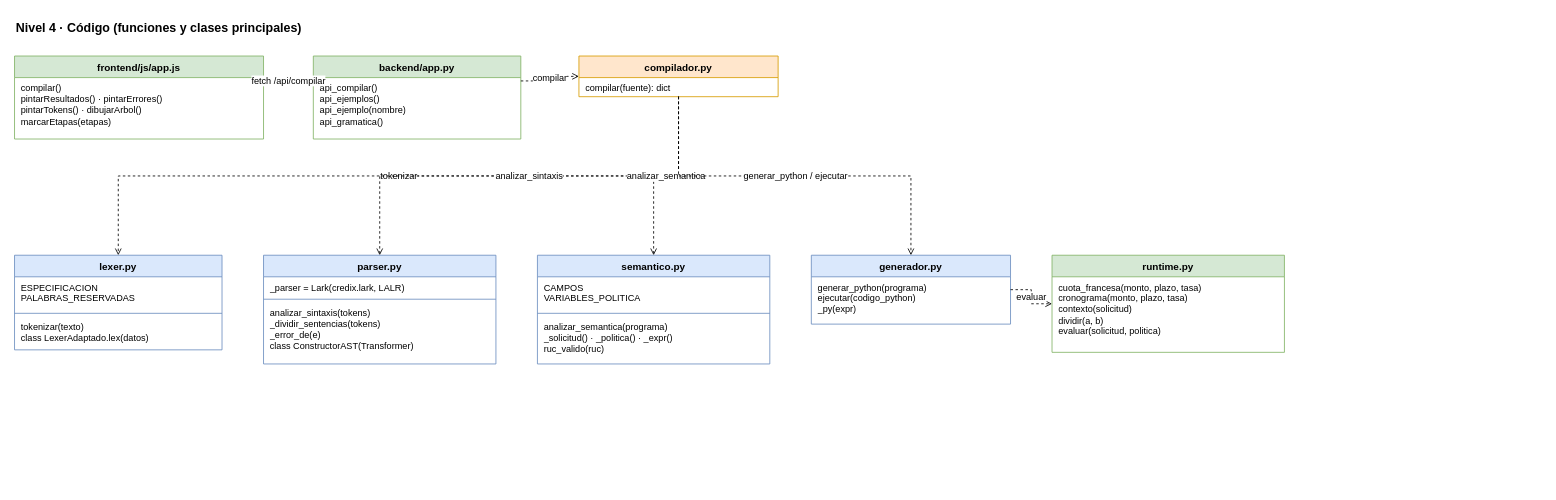
Above: docs/diagramas/arquitectura_n4_codigo.drawio in straytg/S14_ACT_COMPILADORES (draw.io), before the change. Source tidied: cells renumbered, new cells numbered last; positions are measured from the earlier drawing's top-left corner, leaving out a move shared by most shapes. Both pictures are drawn from the tidied source at 83%, with x=0, y=0 at pixel (14, 14).
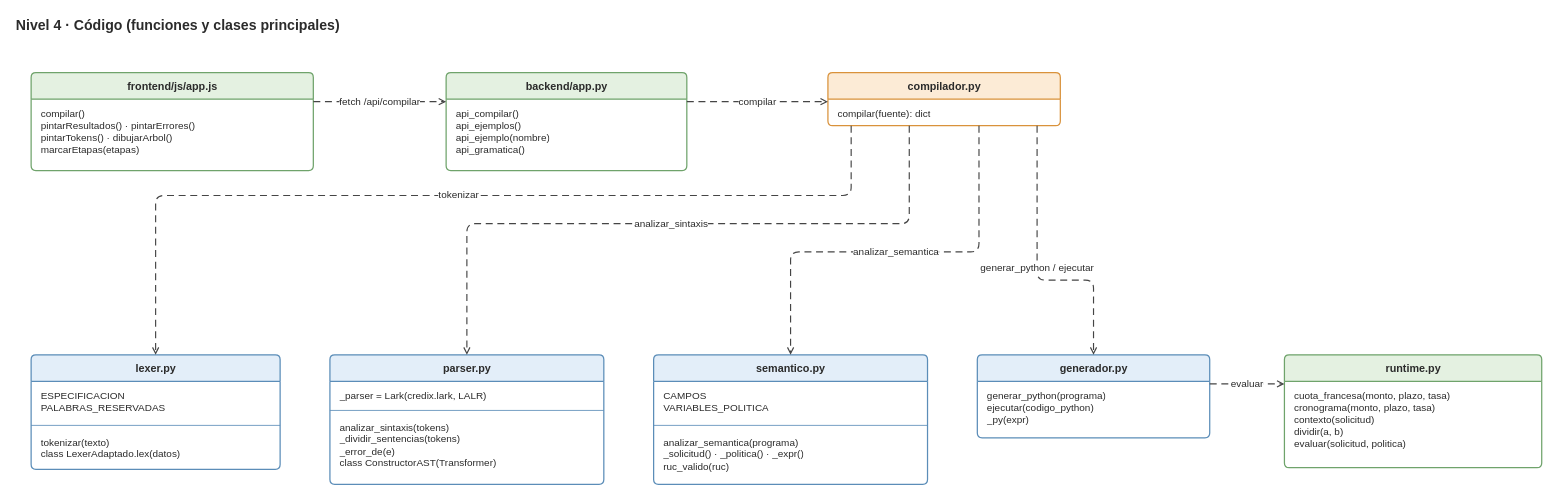
After the change.

The edit, as a diff of the source:
```diff
@@
-    <mxCell id="2" value="Nivel 4 · Código (funciones y clases principales)" style="whiteSpace=wrap;html=1;fontFamily=Helvetica;fontSize=12;text;strokeColor=none;fillColor=none;align=left;verticalAlign=top;fontStyle=1;fontSize=15;" parent="1" vertex="1">
-      <mxGeometry width="800" height="26" as="geometry" />
+    <mxCell id="2" value="Nivel 4 · Código (funciones y clases principales)" style="text;html=1;strokeColor=none;fillColor=none;align=left;verticalAlign=middle;whiteSpace=wrap;fontFamily=Helvetica;fontColor=#2b2b2b;fontStyle=1;fontSize=17;" parent="1" vertex="1">
+      <mxGeometry width="1000" height="28" as="geometry" />
     </mxCell>
-    <mxCell id="3" value="compilador.py" style="whiteSpace=wrap;html=1;fontFamily=Helvetica;fontSize=12;swimlane;fontStyle=1;align=center;verticalAlign=top;horizontal=1;startSize=26;fontSize=12;fillColor=#ffe6cc;strokeColor=#d79b00;" parent="1" vertex="1">
-      <mxGeometry x="680" y="50" width="240" height="49" as="geometry" />
+    <mxCell id="3" value="frontend/js/app.js" style="swimlane;fontStyle=1;align=center;verticalAlign=middle;horizontal=1;startSize=32;fontSize=13;rounded=1;arcSize=6;strokeWidth=1.5;html=1;fontFamily=Helvetica;fontColor=#2b2b2b;fillColor=#E4F1E1;strokeColor=#6FA36B;" parent="1" vertex="1">
+      <mxGeometry x="20" y="70" width="340" height="118" as="geometry" />
     </mxCell>
-    <mxCell id="4" value="compilar(fuente): dict" style="whiteSpace=wrap;html=1;fontFamily=Helvetica;fontSize=12;text;strokeColor=none;fillColor=none;align=left;verticalAlign=top;spacingLeft=6;spacingRight=4;overflow=hidden;fontSize=11;" parent="3" vertex="1">
-      <mxGeometry y="26" width="240" height="23" as="geometry" />
+    <mxCell id="4" value="compilar()&lt;br&gt;pintarResultados() · pintarErrores()&lt;br&gt;pintarTokens() · dibujarArbol()&lt;br&gt;marcarEtapas(etapas)" style="text;strokeColor=none;fillColor=none;align=left;verticalAlign=top;spacingLeft=10;spacingRight=8;spacingTop=4;overflow=hidden;fontSize=12;html=1;fontFamily=Helvetica;whiteSpace=wrap;fontColor=#2b2b2b;" parent="3" vertex="1">
+      <mxGeometry y="32" width="340" height="86" as="geometry" />
     </mxCell>
-    <mxCell id="5" value="lexer.py" style="whiteSpace=wrap;html=1;fontFamily=Helvetica;fontSize=12;swimlane;fontStyle=1;align=center;verticalAlign=top;horizontal=1;startSize=26;fontSize=12;fillColor=#dae8fc;strokeColor=#6c8ebf;" parent="1" vertex="1">
-      <mxGeometry y="290" width="250" height="114" as="geometry" />
+    <mxCell id="5" value="backend/app.py" style="swimlane;fontStyle=1;align=center;verticalAlign=middle;horizontal=1;startSize=32;fontSize=13;rounded=1;arcSize=6;strokeWidth=1.5;html=1;fontFamily=Helvetica;fontColor=#2b2b2b;fillColor=#E4F1E1;strokeColor=#6FA36B;" parent="1" vertex="1">
+      <mxGeometry x="520" y="70" width="290" height="118" as="geometry" />
     </mxCell>
-    <mxCell id="6" value="ESPECIFICACION&lt;br&gt;PALABRAS_RESERVADAS" style="whiteSpace=wrap;html=1;fontFamily=Helvetica;fontSize=12;text;strokeColor=none;fillColor=none;align=left;verticalAlign=top;spacingLeft=6;spacingRight=4;overflow=hidden;fontSize=11;html=1;" parent="5" vertex="1">
-      <mxGeometry y="26" width="250" height="40" as="geometry" />
+    <mxCell id="6" value="api_compilar()&lt;br&gt;api_ejemplos()&lt;br&gt;api_ejemplo(nombre)&lt;br&gt;api_gramatica()" style="text;strokeColor=none;fillColor=none;align=left;verticalAlign=top;spacingLeft=10;spacingRight=8;spacingTop=4;overflow=hidden;fontSize=12;html=1;fontFamily=Helvetica;whiteSpace=wrap;fontColor=#2b2b2b;" parent="5" vertex="1">
+      <mxGeometry y="32" width="290" height="86" as="geometry" />
     </mxCell>
-    <mxCell id="7" style="whiteSpace=wrap;html=1;fontFamily=Helvetica;fontSize=12;line;strokeWidth=1;fillColor=none;align=left;verticalAlign=middle;spacingTop=-1;spacingLeft=3;spacingRight=3;strokeColor=inherit;" parent="5" vertex="1">
-      <mxGeometry y="66" width="250" height="8" as="geometry" />
+    <mxCell id="7" value="compilador.py" style="swimlane;fontStyle=1;align=center;verticalAlign=middle;horizontal=1;startSize=32;fontSize=13;rounded=1;arcSize=6;strokeWidth=1.5;html=1;fontFamily=Helvetica;fontColor=#2b2b2b;fillColor=#FCEBD6;strokeColor=#D9923B;" parent="1" vertex="1">
+      <mxGeometry x="980" y="70" width="280" height="64" as="geometry" />
     </mxCell>
-    <mxCell id="8" value="tokenizar(texto)&lt;br&gt;class LexerAdaptado.lex(datos)" style="whiteSpace=wrap;html=1;fontFamily=Helvetica;fontSize=12;text;strokeColor=none;fillColor=none;align=left;verticalAlign=top;spacingLeft=6;spacingRight=4;overflow=hidden;fontSize=11;" parent="5" vertex="1">
-      <mxGeometry y="74" width="250" height="40" as="geometry" />
+    <mxCell id="8" value="compilar(fuente): dict" style="text;strokeColor=none;fillColor=none;align=left;verticalAlign=top;spacingLeft=10;spacingRight=8;spacingTop=4;overflow=hidden;fontSize=12;html=1;fontFamily=Helvetica;whiteSpace=wrap;fontColor=#2b2b2b;" parent="7" vertex="1">
+      <mxGeometry y="32" width="280" height="32" as="geometry" />
     </mxCell>
-    <mxCell id="9" value="parser.py" style="whiteSpace=wrap;html=1;fontFamily=Helvetica;fontSize=12;swimlane;fontStyle=1;align=center;verticalAlign=top;horizontal=1;startSize=26;fontSize=12;fillColor=#dae8fc;strokeColor=#6c8ebf;" parent="1" vertex="1">
-      <mxGeometry x="300" y="290" width="280" height="131" as="geometry" />
+    <mxCell id="9" value="lexer.py" style="swimlane;fontStyle=1;align=center;verticalAlign=middle;horizontal=1;startSize=32;fontSize=13;rounded=1;arcSize=6;strokeWidth=1.5;html=1;fontFamily=Helvetica;fontColor=#2b2b2b;fillColor=#E3EEF9;strokeColor=#5B8DB8;" parent="1" vertex="1">
+      <mxGeometry x="20" y="410" width="300" height="138" as="geometry" />
     </mxCell>
-    <mxCell id="10" value="_parser = Lark(credix.lark, LALR)" style="whiteSpace=wrap;html=1;fontFamily=Helvetica;fontSize=12;text;strokeColor=none;fillColor=none;align=left;verticalAlign=top;spacingLeft=6;spacingRight=4;overflow=hidden;fontSize=11;html=1;" parent="9" vertex="1">
-      <mxGeometry y="26" width="280" height="23" as="geometry" />
+    <mxCell id="10" value="ESPECIFICACION&lt;br&gt;PALABRAS_RESERVADAS" style="text;strokeColor=none;fillColor=none;align=left;verticalAlign=top;spacingLeft=10;spacingRight=8;spacingTop=4;overflow=hidden;fontSize=12;html=1;fontFamily=Helvetica;whiteSpace=wrap;fontColor=#2b2b2b;" parent="9" vertex="1">
+      <mxGeometry y="32" width="300" height="50" as="geometry" />
     </mxCell>
-    <mxCell id="11" style="whiteSpace=wrap;html=1;fontFamily=Helvetica;fontSize=12;line;strokeWidth=1;fillColor=none;align=left;verticalAlign=middle;spacingTop=-1;spacingLeft=3;spacingRight=3;strokeColor=inherit;" parent="9" vertex="1">
-      <mxGeometry y="49" width="280" height="8" as="geometry" />
+    <mxCell id="11" style="line;strokeWidth=1;fillColor=none;align=left;verticalAlign=middle;strokeColor=inherit;" parent="9" vertex="1">
+      <mxGeometry y="82" width="300" height="6" as="geometry" />
     </mxCell>
-    <mxCell id="12" value="analizar_sintaxis(tokens)&lt;br&gt;_dividir_sentencias(tokens)&lt;br&gt;_error_de(e)&lt;br&gt;class ConstructorAST(Transformer)" style="whiteSpace=wrap;html=1;fontFamily=Helvetica;fontSize=12;text;strokeColor=none;fillColor=none;align=left;verticalAlign=top;spacingLeft=6;spacingRight=4;overflow=hidden;fontSize=11;" parent="9" vertex="1">
-      <mxGeometry y="57" width="280" height="74" as="geometry" />
+    <mxCell id="12" value="tokenizar(texto)&lt;br&gt;class LexerAdaptado.lex(datos)" style="text;strokeColor=none;fillColor=none;align=left;verticalAlign=top;spacingLeft=10;spacingRight=8;spacingTop=4;overflow=hidden;fontSize=12;html=1;fontFamily=Helvetica;whiteSpace=wrap;fontColor=#2b2b2b;" parent="9" vertex="1">
+      <mxGeometry y="88" width="300" height="50" as="geometry" />
     </mxCell>
-    <mxCell id="13" value="semantico.py" style="whiteSpace=wrap;html=1;fontFamily=Helvetica;fontSize=12;swimlane;fontStyle=1;align=center;verticalAlign=top;horizontal=1;startSize=26;fontSize=12;fillColor=#dae8fc;strokeColor=#6c8ebf;" parent="1" vertex="1">
-      <mxGeometry x="630" y="290" width="280" height="131" as="geometry" />
+    <mxCell id="13" value="parser.py" style="swimlane;fontStyle=1;align=center;verticalAlign=middle;horizontal=1;startSize=32;fontSize=13;rounded=1;arcSize=6;strokeWidth=1.5;html=1;fontFamily=Helvetica;fontColor=#2b2b2b;fillColor=#E3EEF9;strokeColor=#5B8DB8;" parent="1" vertex="1">
+      <mxGeometry x="380" y="410" width="330" height="156" as="geometry" />
     </mxCell>
-    <mxCell id="14" value="CAMPOS&lt;br&gt;VARIABLES_POLITICA" style="whiteSpace=wrap;html=1;fontFamily=Helvetica;fontSize=12;text;strokeColor=none;fillColor=none;align=left;verticalAlign=top;spacingLeft=6;spacingRight=4;overflow=hidden;fontSize=11;html=1;" parent="13" vertex="1">
-      <mxGeometry y="26" width="280" height="40" as="geometry" />
+    <mxCell id="14" value="_parser = Lark(credix.lark, LALR)" style="text;strokeColor=none;fillColor=none;align=left;verticalAlign=top;spacingLeft=10;spacingRight=8;spacingTop=4;overflow=hidden;fontSize=12;html=1;fontFamily=Helvetica;whiteSpace=wrap;fontColor=#2b2b2b;" parent="13" vertex="1">
+      <mxGeometry y="32" width="330" height="32" as="geometry" />
     </mxCell>
-    <mxCell id="15" style="whiteSpace=wrap;html=1;fontFamily=Helvetica;fontSize=12;line;strokeWidth=1;fillColor=none;align=left;verticalAlign=middle;spacingTop=-1;spacingLeft=3;spacingRight=3;strokeColor=inherit;" parent="13" vertex="1">
-      <mxGeometry y="66" width="280" height="8" as="geometry" />
+    <mxCell id="15" style="line;strokeWidth=1;fillColor=none;align=left;verticalAlign=middle;strokeColor=inherit;" parent="13" vertex="1">
+      <mxGeometry y="64" width="330" height="6" as="geometry" />
     </mxCell>
-    <mxCell id="16" value="analizar_semantica(programa)&lt;br&gt;_solicitud() · _politica() · _expr()&lt;br&gt;ruc_valido(ruc)" style="whiteSpace=wrap;html=1;fontFamily=Helvetica;fontSize=12;text;strokeColor=none;fillColor=none;align=left;verticalAlign=top;spacingLeft=6;spacingRight=4;overflow=hidden;fontSize=11;" parent="13" vertex="1">
-      <mxGeometry y="74" width="280" height="57" as="geometry" />
+    <mxCell id="16" value="analizar_sintaxis(tokens)&lt;br&gt;_dividir_sentencias(tokens)&lt;br&gt;_error_de(e)&lt;br&gt;class ConstructorAST(Transformer)" style="text;strokeColor=none;fillColor=none;align=left;verticalAlign=top;spacingLeft=10;spacingRight=8;spacingTop=4;overflow=hidden;fontSize=12;html=1;fontFamily=Helvetica;whiteSpace=wrap;fontColor=#2b2b2b;" parent="13" vertex="1">
+      <mxGeometry y="70" width="330" height="86" as="geometry" />
     </mxCell>
-    <mxCell id="17" value="generador.py" style="whiteSpace=wrap;html=1;fontFamily=Helvetica;fontSize=12;swimlane;fontStyle=1;align=center;verticalAlign=top;horizontal=1;startSize=26;fontSize=12;fillColor=#dae8fc;strokeColor=#6c8ebf;" parent="1" vertex="1">
-      <mxGeometry x="960" y="290" width="240" height="83" as="geometry" />
+    <mxCell id="17" value="semantico.py" style="swimlane;fontStyle=1;align=center;verticalAlign=middle;horizontal=1;startSize=32;fontSize=13;rounded=1;arcSize=6;strokeWidth=1.5;html=1;fontFamily=Helvetica;fontColor=#2b2b2b;fillColor=#E3EEF9;strokeColor=#5B8DB8;" parent="1" vertex="1">
+      <mxGeometry x="770" y="410" width="330" height="156" as="geometry" />
     </mxCell>
-    <mxCell id="18" value="generar_python(programa)&lt;br&gt;ejecutar(codigo_python)&lt;br&gt;_py(expr)" style="whiteSpace=wrap;html=1;fontFamily=Helvetica;fontSize=12;text;strokeColor=none;fillColor=none;align=left;verticalAlign=top;spacingLeft=6;spacingRight=4;overflow=hidden;fontSize=11;" parent="17" vertex="1">
-      <mxGeometry y="26" width="240" height="57" as="geometry" />
+    <mxCell id="18" value="CAMPOS&lt;br&gt;VARIABLES_POLITICA" style="text;strokeColor=none;fillColor=none;align=left;verticalAlign=top;spacingLeft=10;spacingRight=8;spacingTop=4;overflow=hidden;fontSize=12;html=1;fontFamily=Helvetica;whiteSpace=wrap;fontColor=#2b2b2b;" parent="17" vertex="1">
+      <mxGeometry y="32" width="330" height="50" as="geometry" />
     </mxCell>
-    <mxCell id="19" value="runtime.py" style="whiteSpace=wrap;html=1;fontFamily=Helvetica;fontSize=12;swimlane;fontStyle=1;align=center;verticalAlign=top;horizontal=1;startSize=26;fontSize=12;fillColor=#d5e8d4;strokeColor=#82b366;" parent="1" vertex="1">
-      <mxGeometry x="1250" y="290" width="280" height="117" as="geometry" />
+    <mxCell id="19" style="line;strokeWidth=1;fillColor=none;align=left;verticalAlign=middle;strokeColor=inherit;" parent="17" vertex="1">
+      <mxGeometry y="82" width="330" height="6" as="geometry" />
     </mxCell>
-    <mxCell id="20" value="cuota_francesa(monto, plazo, tasa)&lt;br&gt;cronograma(monto, plazo, tasa)&lt;br&gt;contexto(solicitud)&lt;br&gt;dividir(a, b)&lt;br&gt;evaluar(solicitud, politica)" style="whiteSpace=wrap;html=1;fontFamily=Helvetica;fontSize=12;text;strokeColor=none;fillColor=none;align=left;verticalAlign=top;spacingLeft=6;spacingRight=4;overflow=hidden;fontSize=11;" parent="19" vertex="1">
-      <mxGeometry y="26" width="280" height="91" as="geometry" />
+    <mxCell id="20" value="analizar_semantica(programa)&lt;br&gt;_solicitud() · _politica() · _expr()&lt;br&gt;ruc_valido(ruc)" style="text;strokeColor=none;fillColor=none;align=left;verticalAlign=top;spacingLeft=10;spacingRight=8;spacingTop=4;overflow=hidden;fontSize=12;html=1;fontFamily=Helvetica;whiteSpace=wrap;fontColor=#2b2b2b;" parent="17" vertex="1">
+      <mxGeometry y="88" width="330" height="68" as="geometry" />
     </mxCell>
-    <mxCell id="21" value="backend/app.py" style="whiteSpace=wrap;html=1;fontFamily=Helvetica;fontSize=12;swimlane;fontStyle=1;align=center;verticalAlign=top;horizontal=1;startSize=26;fontSize=12;fillColor=#d5e8d4;strokeColor=#82b366;" parent="1" vertex="1">
-      <mxGeometry x="360" y="50" width="250" height="100" as="geometry" />
+    <mxCell id="21" value="generador.py" style="swimlane;fontStyle=1;align=center;verticalAlign=middle;horizontal=1;startSize=32;fontSize=13;rounded=1;arcSize=6;strokeWidth=1.5;html=1;fontFamily=Helvetica;fontColor=#2b2b2b;fillColor=#E3EEF9;strokeColor=#5B8DB8;" parent="1" vertex="1">
+      <mxGeometry x="1160" y="410" width="280" height="100" as="geometry" />
     </mxCell>
-    <mxCell id="22" value="api_compilar()&lt;br&gt;api_ejemplos()&lt;br&gt;api_ejemplo(nombre)&lt;br&gt;api_gramatica()" style="whiteSpace=wrap;html=1;fontFamily=Helvetica;fontSize=12;text;strokeColor=none;fillColor=none;align=left;verticalAlign=top;spacingLeft=6;spacingRight=4;overflow=hidden;fontSize=11;" parent="21" vertex="1">
-      <mxGeometry y="26" width="250" height="74" as="geometry" />
+    <mxCell id="22" value="generar_python(programa)&lt;br&gt;ejecutar(codigo_python)&lt;br&gt;_py(expr)" style="text;strokeColor=none;fillColor=none;align=left;verticalAlign=top;spacingLeft=10;spacingRight=8;spacingTop=4;overflow=hidden;fontSize=12;html=1;fontFamily=Helvetica;whiteSpace=wrap;fontColor=#2b2b2b;" parent="21" vertex="1">
+      <mxGeometry y="32" width="280" height="68" as="geometry" />
     </mxCell>
-    <mxCell id="23" value="frontend/js/app.js" style="whiteSpace=wrap;html=1;fontFamily=Helvetica;fontSize=12;swimlane;fontStyle=1;align=center;verticalAlign=top;horizontal=1;startSize=26;fontSize=12;fillColor=#d5e8d4;strokeColor=#82b366;" parent="1" vertex="1">
-      <mxGeometry y="50" width="300" height="100" as="geometry" />
+    <mxCell id="23" value="runtime.py" style="swimlane;fontStyle=1;align=center;verticalAlign=middle;horizontal=1;startSize=32;fontSize=13;rounded=1;arcSize=6;strokeWidth=1.5;html=1;fontFamily=Helvetica;fontColor=#2b2b2b;fillColor=#E4F1E1;strokeColor=#6FA36B;" parent="1" vertex="1">
+      <mxGeometry x="1530" y="410" width="310" height="136" as="geometry" />
     </mxCell>
-    <mxCell id="24" value="compilar()&lt;br&gt;pintarResultados() · pintarErrores()&lt;br&gt;pintarTokens() · dibujarArbol()&lt;br&gt;marcarEtapas(etapas)" style="whiteSpace=wrap;html=1;fontFamily=Helvetica;fontSize=12;text;strokeColor=none;fillColor=none;align=left;verticalAlign=top;spacingLeft=6;spacingRight=4;overflow=hidden;fontSize=11;" parent="23" vertex="1">
-      <mxGeometry y="26" width="300" height="74" as="geometry" />
+    <mxCell id="24" value="cuota_francesa(monto, plazo, tasa)&lt;br&gt;cronograma(monto, plazo, tasa)&lt;br&gt;contexto(solicitud)&lt;br&gt;dividir(a, b)&lt;br&gt;evaluar(solicitud, politica)" style="text;strokeColor=none;fillColor=none;align=left;verticalAlign=top;spacingLeft=10;spacingRight=8;spacingTop=4;overflow=hidden;fontSize=12;html=1;fontFamily=Helvetica;whiteSpace=wrap;fontColor=#2b2b2b;" parent="23" vertex="1">
+      <mxGeometry y="32" width="310" height="104" as="geometry" />
     </mxCell>
-    <mxCell id="25" value="tokenizar" style="html=1;fontFamily=Helvetica;fontSize=11;endArrow=block;endFill=1;dashed=1;endArrow=open;endFill=0;edgeStyle=orthogonalEdgeStyle;rounded=0;exitX=0.5;exitY=1;entryX=0.5;entryY=0;" parent="1" edge="1" source="3" target="5">
-      <mxGeometry relative="1" as="geometry" />
+    <mxCell id="25" value="fetch /api/compilar" style="html=1;fontFamily=Helvetica;fontSize=12;fontColor=#2b2b2b;labelBackgroundColor=#ffffff;dashed=1;dashPattern=6 4;endArrow=open;endFill=0;strokeWidth=1.4;strokeColor=#454545;" parent="1" edge="1">
+      <mxGeometry relative="1" as="geometry">
+        <mxPoint x="360" y="105" as="sourcePoint" />
+        <mxPoint x="520" y="105" as="targetPoint" />
+      </mxGeometry>
     </mxCell>
-    <mxCell id="26" value="analizar_sintaxis" style="html=1;fontFamily=Helvetica;fontSize=11;endArrow=block;endFill=1;dashed=1;endArrow=open;endFill=0;edgeStyle=orthogonalEdgeStyle;rounded=0;exitX=0.5;exitY=1;entryX=0.5;entryY=0;" parent="1" edge="1" source="3" target="9">
-      <mxGeometry relative="1" as="geometry" />
+    <mxCell id="26" value="compilar" style="html=1;fontFamily=Helvetica;fontSize=12;fontColor=#2b2b2b;labelBackgroundColor=#ffffff;dashed=1;dashPattern=6 4;endArrow=open;endFill=0;strokeWidth=1.4;strokeColor=#454545;" parent="1" edge="1">
+      <mxGeometry relative="1" as="geometry">
+        <mxPoint x="810" y="105" as="sourcePoint" />
+        <mxPoint x="980" y="105" as="targetPoint" />
+      </mxGeometry>
     </mxCell>
-    <mxCell id="27" value="analizar_semantica" style="html=1;fontFamily=Helvetica;fontSize=11;endArrow=block;endFill=1;dashed=1;endArrow=open;endFill=0;edgeStyle=orthogonalEdgeStyle;rounded=0;exitX=0.5;exitY=1;entryX=0.5;entryY=0;" parent="1" edge="1" source="3" target="13">
-      <mxGeometry relative="1" as="geometry" />
+    <mxCell id="27" value="tokenizar" style="html=1;fontFamily=Helvetica;fontSize=12;fontColor=#2b2b2b;labelBackgroundColor=#ffffff;dashed=1;dashPattern=6 4;endArrow=open;endFill=0;strokeWidth=1.4;strokeColor=#454545;edgeStyle=orthogonalEdgeStyle;rounded=1;curved=0;exitX=0.1;exitY=1;entryX=0.5;entryY=0;" parent="1" edge="1" source="7" target="9">
+      <mxGeometry relative="1" as="geometry">
+        <Array as="points">
+          <mxPoint x="1008" y="218" />
+          <mxPoint x="170" y="218" />
+        </Array>
+      </mxGeometry>
     </mxCell>
-    <mxCell id="28" value="generar_python / ejecutar" style="html=1;fontFamily=Helvetica;fontSize=11;endArrow=block;endFill=1;dashed=1;endArrow=open;endFill=0;edgeStyle=orthogonalEdgeStyle;rounded=0;exitX=0.5;exitY=1;entryX=0.5;entryY=0;" parent="1" edge="1" source="3" target="17">
-      <mxGeometry relative="1" as="geometry" />
+    <mxCell id="28" value="analizar_sintaxis" style="html=1;fontFamily=Helvetica;fontSize=12;fontColor=#2b2b2b;labelBackgroundColor=#ffffff;dashed=1;dashPattern=6 4;endArrow=open;endFill=0;strokeWidth=1.4;strokeColor=#454545;edgeStyle=orthogonalEdgeStyle;rounded=1;curved=0;exitX=0.35;exitY=1;entryX=0.5;entryY=0;" parent="1" edge="1" source="7" target="13">
+      <mxGeometry relative="1" as="geometry">
+        <Array as="points">
+          <mxPoint x="1078" y="252" />
+          <mxPoint x="545" y="252" />
+        </Array>
+      </mxGeometry>
     </mxCell>
-    <mxCell id="29" value="evaluar" style="html=1;fontFamily=Helvetica;fontSize=11;endArrow=block;endFill=1;dashed=1;endArrow=open;endFill=0;edgeStyle=orthogonalEdgeStyle;rounded=0;" parent="1" edge="1" source="17" target="19">
-      <mxGeometry relative="1" as="geometry" />
+    <mxCell id="29" value="analizar_semantica" style="html=1;fontFamily=Helvetica;fontSize=12;fontColor=#2b2b2b;labelBackgroundColor=#ffffff;dashed=1;dashPattern=6 4;endArrow=open;endFill=0;strokeWidth=1.4;strokeColor=#454545;edgeStyle=orthogonalEdgeStyle;rounded=1;curved=0;exitX=0.65;exitY=1;entryX=0.5;entryY=0;" parent="1" edge="1" source="7" target="17">
+      <mxGeometry relative="1" as="geometry">
+        <Array as="points">
+          <mxPoint x="1162" y="286" />
+          <mxPoint x="935" y="286" />
+        </Array>
+      </mxGeometry>
     </mxCell>
-    <mxCell id="30" value="compilar" style="html=1;fontFamily=Helvetica;fontSize=11;endArrow=block;endFill=1;dashed=1;endArrow=open;endFill=0;edgeStyle=orthogonalEdgeStyle;rounded=0;exitX=1;exitY=0.3;entryX=0;entryY=0.5;" parent="1" edge="1" source="21" target="3">
-      <mxGeometry relative="1" as="geometry" />
+    <mxCell id="30" value="generar_python / ejecutar" style="html=1;fontFamily=Helvetica;fontSize=12;fontColor=#2b2b2b;labelBackgroundColor=#ffffff;dashed=1;dashPattern=6 4;endArrow=open;endFill=0;strokeWidth=1.4;strokeColor=#454545;edgeStyle=orthogonalEdgeStyle;rounded=1;curved=0;exitX=0.9;exitY=1;entryX=0.5;entryY=0;" parent="1" edge="1" source="7" target="21">
+      <mxGeometry relative="1" as="geometry">
+        <Array as="points">
+          <mxPoint x="1232" y="320" />
+          <mxPoint x="1300" y="320" />
+        </Array>
+      </mxGeometry>
     </mxCell>
-    <mxCell id="31" value="fetch /api/compilar" style="html=1;fontFamily=Helvetica;fontSize=11;endArrow=block;endFill=1;dashed=1;endArrow=open;endFill=0;edgeStyle=orthogonalEdgeStyle;rounded=0;exitX=1;exitY=0.3;entryX=0;entryY=0.3;" parent="1" edge="1" source="23" target="21">
-      <mxGeometry relative="1" as="geometry" />
+    <mxCell id="31" value="evaluar" style="html=1;fontFamily=Helvetica;fontSize=12;fontColor=#2b2b2b;labelBackgroundColor=#ffffff;dashed=1;dashPattern=6 4;endArrow=open;endFill=0;strokeWidth=1.4;strokeColor=#454545;" parent="1" edge="1">
+      <mxGeometry relative="1" as="geometry">
+        <mxPoint x="1440" y="445" as="sourcePoint" />
+        <mxPoint x="1530" y="445" as="targetPoint" />
+      </mxGeometry>
     </mxCell>
```
